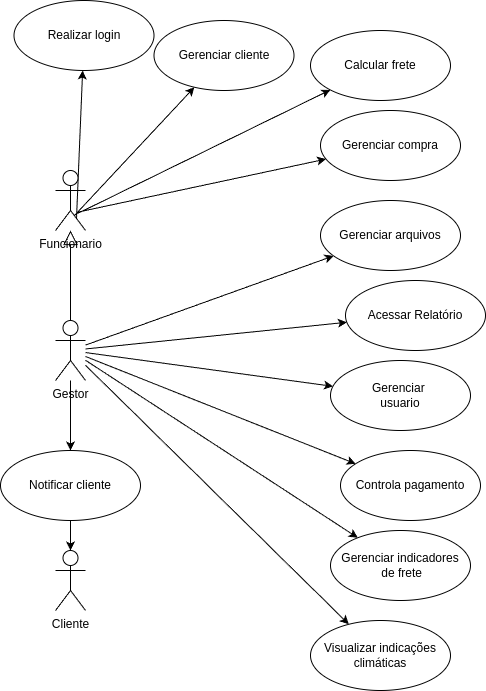
Above: Artefatos/Modelagem/Diagrama de Casos de Uso.drawio.png in marcosffp/hortifruti (draw.io), before the change. Source tidied: cells renumbered, new cells last; positions are measured from the earlier drawing's top-left corner, leaving out a move shared by most shapes.
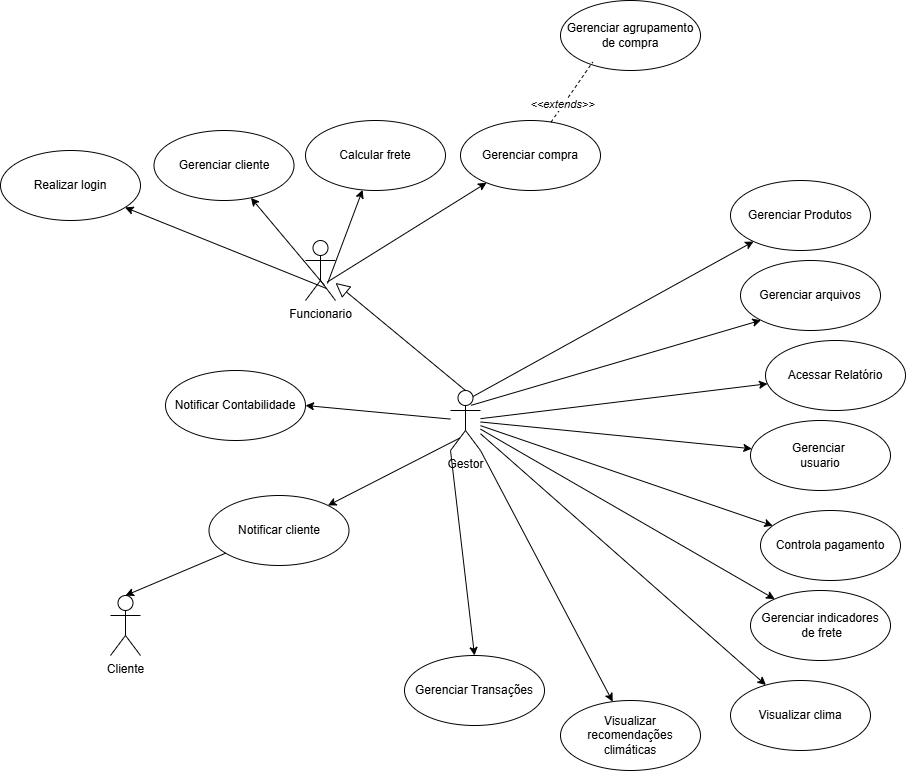
After the change.

Commit message:
atualizações no diagrama de casos de uso

Diff of the diagram source:
```diff
@@ -12,12 +12,12 @@
       <mxGeometry x="55" y="170" width="30" height="60" as="geometry" />
     </mxCell>
     <mxCell id="5" value="Realizar login" style="ellipse;whiteSpace=wrap;html=1;" parent="1" vertex="1">
-      <mxGeometry x="13.5" width="140" height="70" as="geometry" />
+      <mxGeometry x="-250" y="80" width="140" height="70" as="geometry" />
     </mxCell>
     <mxCell id="6" style="edgeStyle=none;html=1;" parent="1" edge="1" source="15" target="17">
       <mxGeometry relative="1" as="geometry" />
     </mxCell>
-    <mxCell id="7" style="edgeStyle=none;html=1;" parent="1" edge="1" source="15" target="19">
+    <mxCell id="7" style="edgeStyle=none;html=1;exitX=0.75;exitY=0.1;exitDx=0;exitDy=0;exitPerimeter=0;" parent="1" edge="1" source="15" target="32">
       <mxGeometry relative="1" as="geometry" />
     </mxCell>
     <mxCell id="8" style="edgeStyle=none;html=1;" parent="1" edge="1" source="15" target="20">
@@ -29,7 +29,7 @@
     <mxCell id="10" style="edgeStyle=none;html=1;" parent="1" edge="1" source="15" target="22">
       <mxGeometry relative="1" as="geometry" />
     </mxCell>
-    <mxCell id="11" style="edgeStyle=none;html=1;" parent="1" edge="1" source="15" target="23">
+    <mxCell id="11" style="edgeStyle=none;html=1;exitX=0.307;exitY=0.793;exitDx=0;exitDy=0;exitPerimeter=0;" parent="1" edge="1" source="15" target="23">
       <mxGeometry relative="1" as="geometry" />
     </mxCell>
     <mxCell id="12" style="edgeStyle=none;html=1;exitX=0.733;exitY=0.717;exitDx=0;exitDy=0;exitPerimeter=0;" parent="1" edge="1" source="4" target="26">
@@ -42,46 +42,79 @@
       <mxGeometry relative="1" as="geometry" />
     </mxCell>
     <mxCell id="15" value="&lt;div&gt;Gestor&lt;/div&gt;" style="shape=umlActor;html=1;verticalLabelPosition=bottom;verticalAlign=top;align=center;" parent="1" vertex="1">
-      <mxGeometry x="55" y="320" width="30" height="60" as="geometry" />
+      <mxGeometry x="200" y="320" width="30" height="60" as="geometry" />
     </mxCell>
     <mxCell id="16" style="edgeStyle=none;html=1;endArrow=block;endFill=0;endSize=12;verticalAlign=bottom;exitX=0.5;exitY=0;exitDx=0;exitDy=0;exitPerimeter=0;" parent="1" edge="1" source="15" target="4">
       <mxGeometry relative="1" as="geometry" />
     </mxCell>
     <mxCell id="17" value="&lt;div&gt;Gerenciar&amp;nbsp;&lt;/div&gt;&lt;div&gt;usuario&lt;/div&gt;" style="ellipse;whiteSpace=wrap;html=1;" parent="1" vertex="1">
-      <mxGeometry x="330" y="360" width="140" height="70" as="geometry" />
+      <mxGeometry x="500" y="350" width="140" height="70" as="geometry" />
     </mxCell>
     <mxCell id="18" value="Gerenciar cliente" style="ellipse;whiteSpace=wrap;html=1;" parent="1" vertex="1">
-      <mxGeometry x="153.5" y="20" width="140" height="70" as="geometry" />
+      <mxGeometry x="-96.5" y="60" width="140" height="70" as="geometry" />
     </mxCell>
     <mxCell id="19" value="Gerenciar arquivos" style="ellipse;whiteSpace=wrap;html=1;" parent="1" vertex="1">
-      <mxGeometry x="320" y="200" width="140" height="70" as="geometry" />
+      <mxGeometry x="490" y="190" width="140" height="70" as="geometry" />
     </mxCell>
     <mxCell id="20" value="Acessar Relatório" style="ellipse;whiteSpace=wrap;html=1;" parent="1" vertex="1">
-      <mxGeometry x="345" y="280" width="140" height="70" as="geometry" />
+      <mxGeometry x="515" y="270" width="140" height="70" as="geometry" />
     </mxCell>
     <mxCell id="21" value="Gerenciar compra" style="ellipse;whiteSpace=wrap;html=1;" parent="1" vertex="1">
-      <mxGeometry x="320" y="110" width="140" height="70" as="geometry" />
+      <mxGeometry x="210" y="50" width="140" height="70" as="geometry" />
     </mxCell>
     <mxCell id="22" value="Controla pagamento" style="ellipse;whiteSpace=wrap;html=1;" parent="1" vertex="1">
-      <mxGeometry x="340" y="450" width="140" height="70" as="geometry" />
+      <mxGeometry x="510" y="440" width="140" height="70" as="geometry" />
     </mxCell>
     <mxCell id="23" value="Notificar cliente" style="ellipse;whiteSpace=wrap;html=1;" parent="1" vertex="1">
-      <mxGeometry y="450" width="140" height="70" as="geometry" />
+      <mxGeometry x="-41.5" y="425" width="140" height="70" as="geometry" />
     </mxCell>
     <mxCell id="24" value="Cliente" style="shape=umlActor;html=1;verticalLabelPosition=bottom;verticalAlign=top;align=center;" parent="1" vertex="1">
-      <mxGeometry x="55" y="550" width="30" height="60" as="geometry" />
+      <mxGeometry x="-140" y="525" width="30" height="60" as="geometry" />
     </mxCell>
     <mxCell id="25" style="edgeStyle=none;html=1;entryX=0.5;entryY=0;entryDx=0;entryDy=0;entryPerimeter=0;" parent="1" edge="1" source="23" target="24">
       <mxGeometry relative="1" as="geometry" />
     </mxCell>
     <mxCell id="26" value="Calcular frete" style="ellipse;whiteSpace=wrap;html=1;" parent="1" vertex="1">
-      <mxGeometry x="310" y="30" width="140" height="70" as="geometry" />
+      <mxGeometry x="55" y="50" width="140" height="70" as="geometry" />
     </mxCell>
-    <mxCell id="27" value="Visualizar indicações climáticas" style="ellipse;whiteSpace=wrap;html=1;" parent="1" vertex="1">
-      <mxGeometry x="310" y="620" width="140" height="70" as="geometry" />
+    <mxCell id="27" value="Visualizar clima" style="ellipse;whiteSpace=wrap;html=1;" parent="1" vertex="1">
+      <mxGeometry x="480" y="610" width="140" height="70" as="geometry" />
     </mxCell>
     <mxCell id="28" value="Gerenciar indicadores&lt;div&gt;&amp;nbsp;de frete&lt;/div&gt;" style="ellipse;whiteSpace=wrap;html=1;" parent="1" vertex="1">
-      <mxGeometry x="330" y="530" width="140" height="70" as="geometry" />
+      <mxGeometry x="500" y="520" width="140" height="70" as="geometry" />
     </mxCell>
+    <mxCell id="29" value="Visualizar recomendações climáticas" style="ellipse;whiteSpace=wrap;html=1;" parent="1" vertex="1">
+      <mxGeometry x="310" y="630" width="140" height="70" as="geometry" />
+    </mxCell>
+    <mxCell id="30" style="edgeStyle=none;html=1;exitX=1;exitY=1;exitDx=0;exitDy=0;exitPerimeter=0;" parent="1" edge="1" source="15" target="29">
+      <mxGeometry relative="1" as="geometry" />
+    </mxCell>
+    <mxCell id="31" style="edgeStyle=none;html=1;entryX=0;entryY=1;entryDx=0;entryDy=0;exitX=0.687;exitY=0.247;exitDx=0;exitDy=0;exitPerimeter=0;" parent="1" edge="1" source="15" target="19">
+      <mxGeometry relative="1" as="geometry" />
+    </mxCell>
+    <mxCell id="32" value="Gerenciar Produtos" style="ellipse;whiteSpace=wrap;html=1;" parent="1" vertex="1">
+      <mxGeometry x="480" y="110" width="140" height="70" as="geometry" />
+    </mxCell>
+    <mxCell id="33" value="Gerenciar agrupamento de compra" style="ellipse;whiteSpace=wrap;html=1;" parent="1" vertex="1">
+      <mxGeometry x="310" y="-70" width="140" height="70" as="geometry" />
+    </mxCell>
+    <mxCell id="34" style="endArrow=none;dashed=1;html=1;entryX=0.23;entryY=0.88;entryDx=0;entryDy=0;entryPerimeter=0;exitX=0.647;exitY=0.023;exitDx=0;exitDy=0;exitPerimeter=0;" parent="1" edge="1" source="21" target="33">
+      <mxGeometry relative="1" as="geometry" />
+    </mxCell>
+    <mxCell id="35" value="&lt;i&gt;&amp;lt;&amp;lt;extends&amp;gt;&amp;gt;&lt;/i&gt;" style="edgeLabel;html=1;align=center;verticalAlign=middle;" parent="34" vertex="1">
+      <mxGeometry x="-0.43" y="1" relative="1" as="geometry" />
+    </mxCell>
+    <mxCell id="36" style="edgeStyle=none;html=1;entryX=0.5;entryY=0;entryDx=0;entryDy=0;exitX=0;exitY=1;exitDx=0;exitDy=0;exitPerimeter=0;" parent="1" edge="1" source="15" target="37">
+      <mxGeometry relative="1" as="geometry" />
+    </mxCell>
+    <mxCell id="37" value="Gerenciar Transações" style="ellipse;whiteSpace=wrap;html=1;" parent="1" vertex="1">
+      <mxGeometry x="154" y="585" width="140" height="70" as="geometry" />
+    </mxCell>
+    <mxCell id="38" value="Notificar Contabilidade" style="ellipse;whiteSpace=wrap;html=1;" parent="1" vertex="1">
+      <mxGeometry x="-85" y="300" width="140" height="70" as="geometry" />
+    </mxCell>
+    <mxCell id="39" style="edgeStyle=none;html=1;entryX=1;entryY=0.5;entryDx=0;entryDy=0;" parent="1" edge="1" source="15" target="38">
+      <mxGeometry relative="1" as="geometry" />
+    </mxCell>
   </root>
 </mxGraphModel>
```
